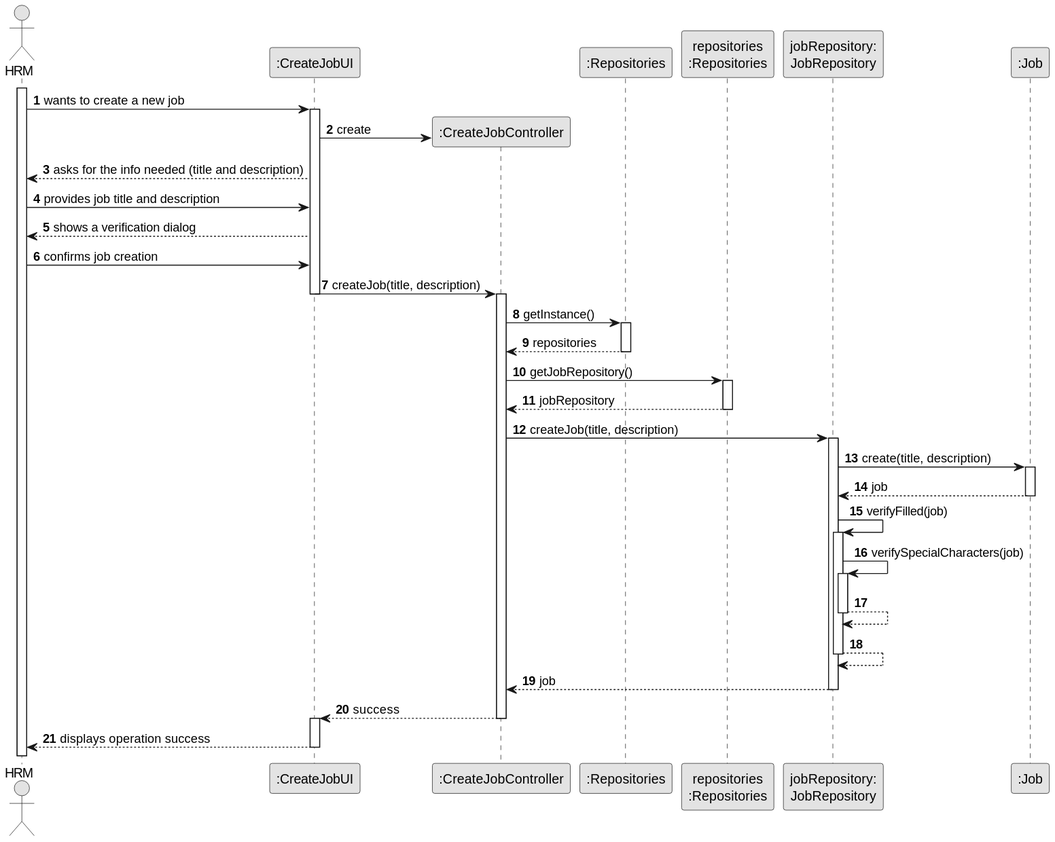
Above: docs/sprintB/us002/03.design/svg/us002-sequence-diagram-full.svg in ricardomm7/leaflink (PlantUML), before the change.
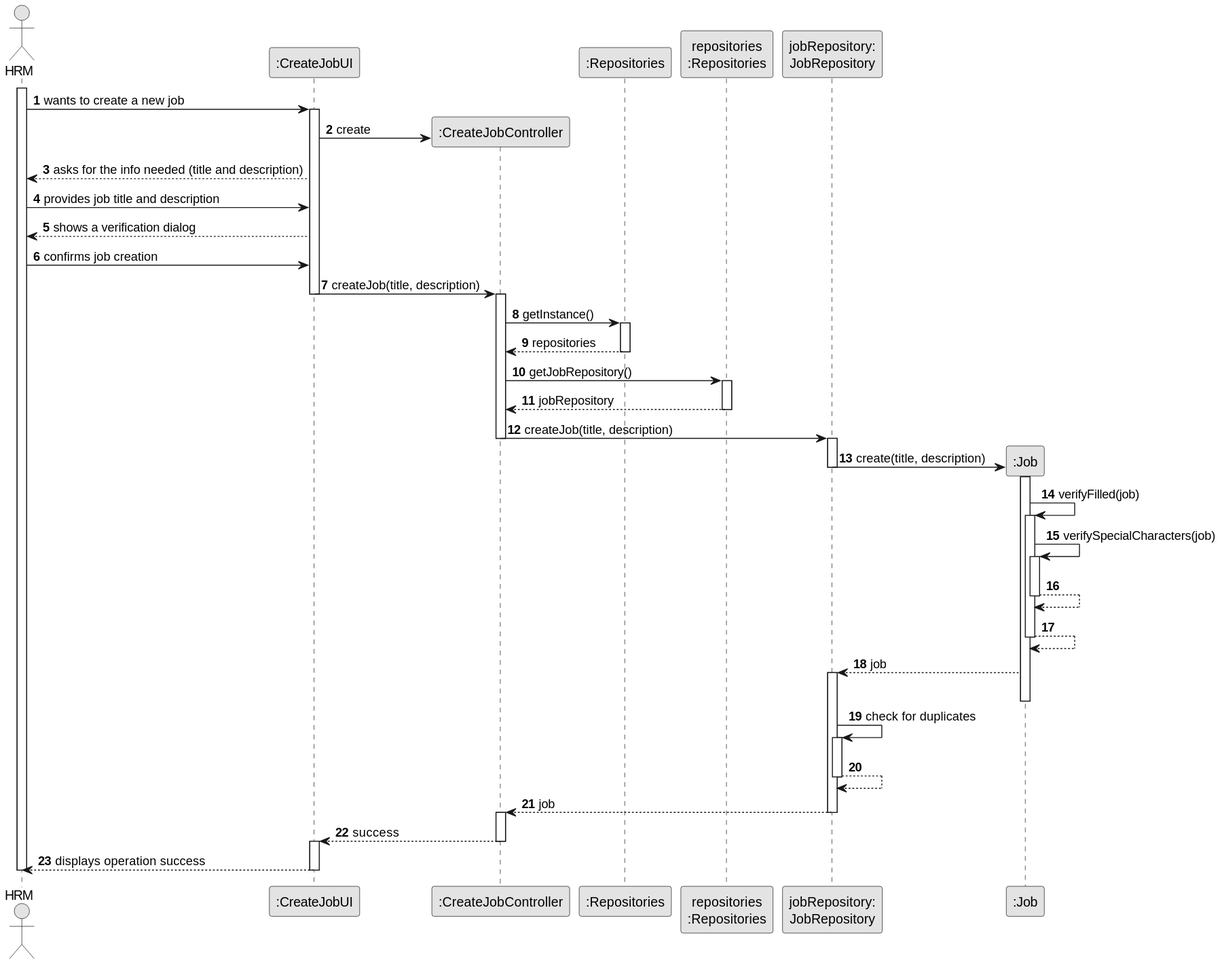
After the commit.

Change to the diagram source:
```diff
@@ -37,22 +37,33 @@
 deactivate PLAT
 
 CTRL -> jobRepository : createJob(title, description)
+deactivate CTRL
 activate jobRepository
 
-    jobRepository -> Job : create(title, description)
+    jobRepository -> Job** : create(title, description)
+    deactivate jobRepository
+
         activate Job
-        Job --> jobRepository : job
+
+    Job -> Job : verifyFilled(job)
+        activate Job
+        Job -> Job : verifySpecialCharacters(job)
+        activate Job
+        Job --> Job
         deactivate Job
-
-    jobRepository -> jobRepository : verifyFilled(job)
-        activate jobRepository
-        jobRepository -> jobRepository : verifySpecialCharacters(job)
-        activate jobRepository
-        jobRepository --> jobRepository
-        deactivate jobRepository
+    Job --> Job
+    deactivate Job
+    Job --> jobRepository : job
+    activate jobRepository
+    deactivate Job
+    jobRepository -> jobRepository : check for duplicates
+    activate jobRepository
     jobRepository --> jobRepository
     deactivate jobRepository
+    deactivate Job
 jobRepository --> CTRL : job
+deactivate jobRepository
+activate CTRL
 deactivate jobRepository
 
 CTRL --> UI : success
@@ -61,4 +72,5 @@
 UI --> Employee : displays operation success
 
 deactivate UI
+deactivate Employee
 @enduml
```
